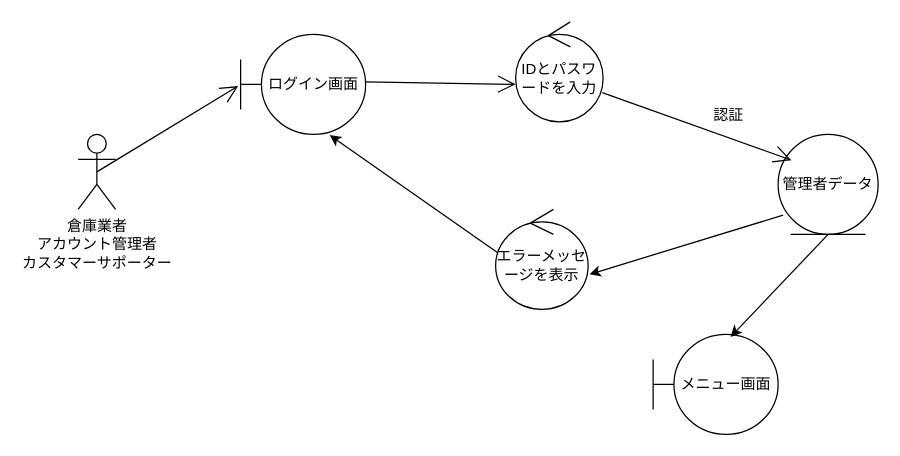
Before: group/3-3_総合演習1_BBショップ注文管理システム/ロバストネス図/lo_a_01_login.drawio in ko246/ohara_uml, a draw.io diagram. Source tidied: cells renumbered, new cells numbered last; positions are measured from the earlier drawing's top-left corner, leaving out a move shared by most shapes. Both pictures are drawn from the tidied source at 125%, with x=0, y=0 at pixel (78, 21).
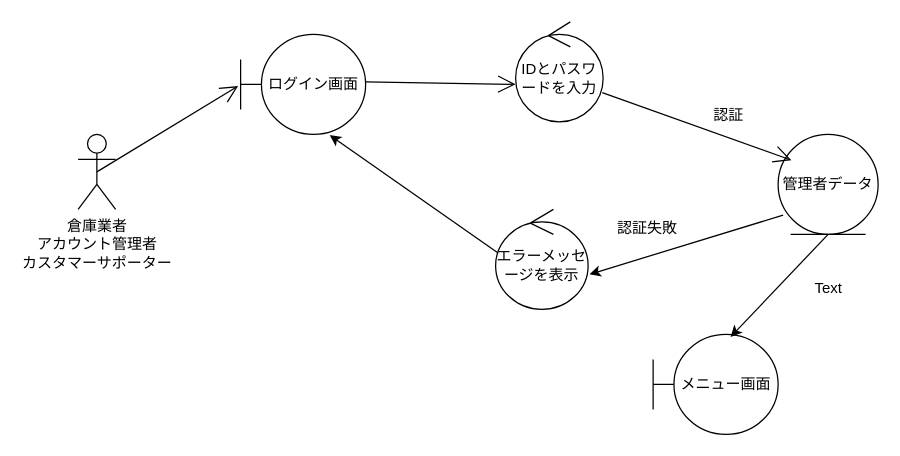
After the change.

Diff of the diagram source:
```diff
@@
 <mxGraphModel>
   <root>
     <mxCell id="0" />
     <mxCell id="1" parent="0" />
     <mxCell id="2" value="倉庫業者&lt;div&gt;&lt;font color=&quot;#000000&quot;&gt;アカウント管理者&lt;/font&gt;&lt;/div&gt;&lt;div&gt;&lt;font color=&quot;#000000&quot;&gt;カスタマーサポーター&lt;/font&gt;&lt;/div&gt;&lt;div&gt;&lt;font color=&quot;#000000&quot;&gt;&lt;br&gt;&lt;/font&gt;&lt;/div&gt;" style="shape=umlActor;verticalLabelPosition=bottom;verticalAlign=top;html=1;" parent="1" vertex="1">
       <mxGeometry y="90" width="30" height="60" as="geometry" />
     </mxCell>
     <mxCell id="3" value="ログイン画面" style="shape=umlBoundary;whiteSpace=wrap;html=1;" parent="1" vertex="1">
       <mxGeometry x="130" y="10" width="100" height="80" as="geometry" />
     </mxCell>
     <mxCell id="4" value="IDとパスワードを入力" style="ellipse;shape=umlControl;whiteSpace=wrap;html=1;" parent="1" vertex="1">
       <mxGeometry x="350" width="70" height="80" as="geometry" />
     </mxCell>
     <mxCell id="5" value="管理者データ" style="ellipse;shape=umlEntity;whiteSpace=wrap;html=1;" parent="1" vertex="1">
       <mxGeometry x="560" y="90" width="80" height="80" as="geometry" />
     </mxCell>
     <mxCell id="6" style="endArrow=open;endFill=1;endSize=12;html=1;exitX=0.5;exitY=0.5;exitDx=0;exitDy=0;exitPerimeter=0;entryX=-0.02;entryY=0.517;entryDx=0;entryDy=0;entryPerimeter=0;" parent="1" edge="1" source="2" target="3">
       <mxGeometry relative="1" as="geometry" />
     </mxCell>
     <mxCell id="7" style="endArrow=open;endFill=1;endSize=12;html=1;exitX=1;exitY=0.475;exitDx=0;exitDy=0;exitPerimeter=0;entryX=0;entryY=0.625;entryDx=0;entryDy=0;entryPerimeter=0;" parent="1" edge="1" source="3" target="4">
       <mxGeometry relative="1" as="geometry" />
     </mxCell>
     <mxCell id="8" style="endArrow=open;endFill=1;endSize=12;html=1;exitX=0.99;exitY=0.708;exitDx=0;exitDy=0;exitPerimeter=0;entryX=0.133;entryY=0.258;entryDx=0;entryDy=0;entryPerimeter=0;" parent="1" edge="1" source="4" target="5">
       <mxGeometry relative="1" as="geometry" />
     </mxCell>
     <mxCell id="9" value="認証" style="text;html=1;align=center;verticalAlign=middle;strokeColor=none;fillColor=none;" parent="1" vertex="1">
       <mxGeometry x="495" y="60" width="50" height="30" as="geometry" />
     </mxCell>
     <mxCell id="10" value="エラーメッセージを表示" style="ellipse;shape=umlControl;whiteSpace=wrap;html=1;" parent="1" vertex="1">
       <mxGeometry x="334" y="150" width="74" height="80" as="geometry" />
     </mxCell>
     <mxCell id="11" value="メニュー画面" style="shape=umlBoundary;whiteSpace=wrap;html=1;" parent="1" vertex="1">
       <mxGeometry x="460" y="250" width="100" height="80" as="geometry" />
     </mxCell>
     <mxCell id="12" style="endArrow=classic;html=1;exitX=0.05;exitY=0.808;exitDx=0;exitDy=0;exitPerimeter=0;entryX=1.014;entryY=0.65;entryDx=0;entryDy=0;entryPerimeter=0;" parent="1" edge="1" source="5" target="10">
       <mxGeometry relative="1" as="geometry" />
     </mxCell>
     <mxCell id="13" style="endArrow=classic;html=1;exitX=0.023;exitY=0.433;exitDx=0;exitDy=0;exitPerimeter=0;entryX=0.713;entryY=1.008;entryDx=0;entryDy=0;entryPerimeter=0;" parent="1" edge="1" source="10" target="3">
       <mxGeometry relative="1" as="geometry" />
     </mxCell>
     <mxCell id="14" style="endArrow=classic;html=1;exitX=0.5;exitY=1;exitDx=0;exitDy=0;entryX=0.62;entryY=0.025;entryDx=0;entryDy=0;entryPerimeter=0;" parent="1" edge="1" source="5" target="11">
       <mxGeometry relative="1" as="geometry" />
     </mxCell>
+    <mxCell id="15" value="認証失敗" style="text;html=1;align=center;verticalAlign=middle;strokeColor=none;fillColor=none;" parent="1" vertex="1">
+      <mxGeometry x="420" y="150" width="70" height="30" as="geometry" />
+    </mxCell>
+    <mxCell id="16" value="Text" style="text;html=1;align=center;verticalAlign=middle;strokeColor=none;fillColor=none;" parent="1" vertex="1">
+      <mxGeometry x="575" y="198" width="50" height="30" as="geometry" />
+    </mxCell>
   </root>
 </mxGraphModel>
```
